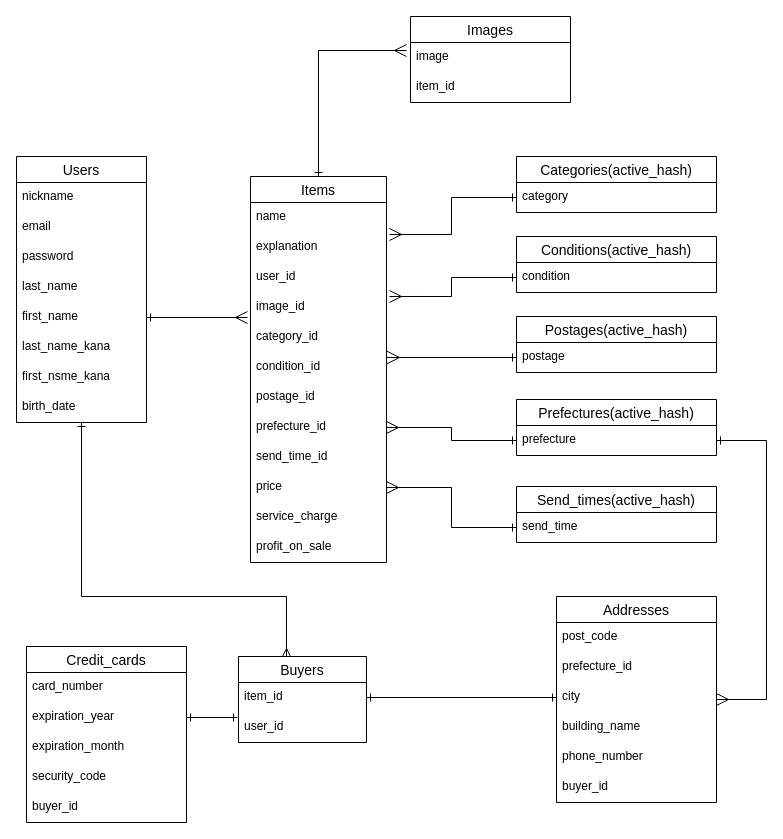
The draw.io diagram furima.dio in fumie-03/furima-28645, before the edit. Source tidied: cells renumbered, new cells numbered last; positions are measured from the earlier drawing's top-left corner, leaving out a move shared by most shapes. Both pictures are drawn from the tidied source at 100%, with x=0, y=0 at pixel (16, 16).
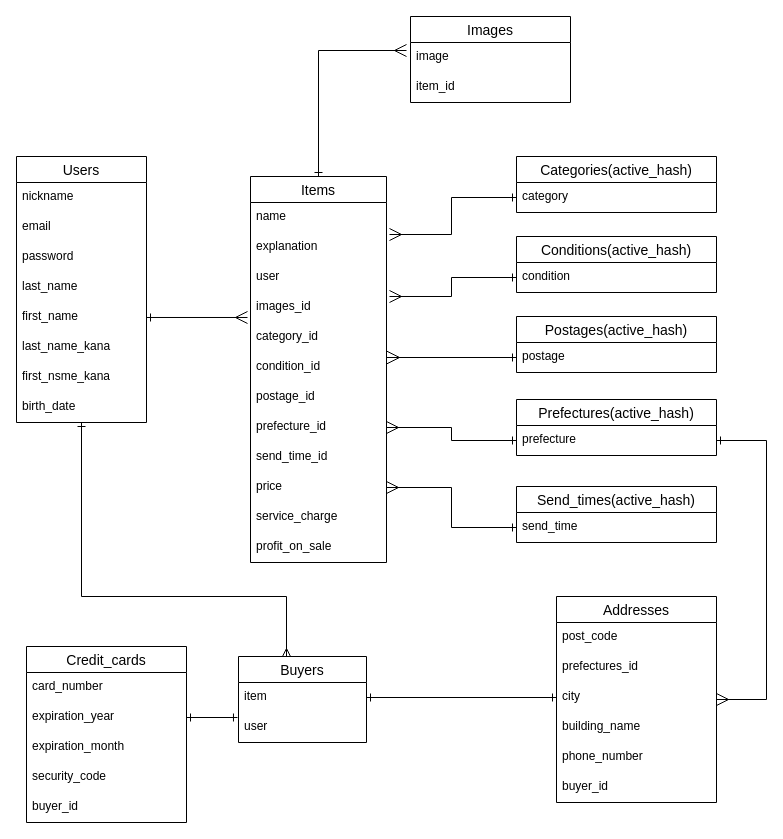
Above is the later version.

The change refers to these unchanged cells:
```xml
<mxCell id="12" value="Items" style="swimlane;fontStyle=0;horizontal=1;startSize=26;align=center;fontSize=14;" parent="1" vertex="1">
  <mxGeometry x="234" y="160" width="136" height="386" as="geometry" />
</mxCell>
<mxCell id="37" value="Buyers" style="swimlane;fontStyle=0;horizontal=1;startSize=26;align=center;fontSize=14;" parent="1" vertex="1">
  <mxGeometry x="222" y="640" width="128" height="86" as="geometry" />
</mxCell>
<mxCell id="52" value="Addresses" style="swimlane;fontStyle=0;horizontal=1;startSize=26;align=center;fontSize=14;" parent="1" vertex="1">
  <mxGeometry x="540" y="580" width="160" height="206" as="geometry" />
</mxCell>
```

The edit, as a diff of the source:
```diff
@@
-    <mxCell id="15" value="user_id" style="text;strokeColor=none;fillColor=none;spacingLeft=4;spacingRight=4;overflow=hidden;fontSize=12;" parent="12" vertex="1">
+    <mxCell id="15" value="user" style="text;strokeColor=none;fillColor=none;spacingLeft=4;spacingRight=4;overflow=hidden;fontSize=12;" parent="12" vertex="1">
       <mxGeometry y="86" width="136" height="30" as="geometry" />
     </mxCell>
-    <mxCell id="16" value="image_id" style="text;strokeColor=none;fillColor=none;spacingLeft=4;spacingRight=4;overflow=hidden;points=[[0,0.5],[1,0.5]];portConstraint=eastwest;fontSize=12;" parent="12" vertex="1">
+    <mxCell id="16" value="images_id" style="text;strokeColor=none;fillColor=none;spacingLeft=4;spacingRight=4;overflow=hidden;points=[[0,0.5],[1,0.5]];portConstraint=eastwest;fontSize=12;" parent="12" vertex="1">
       <mxGeometry y="116" width="136" height="30" as="geometry" />
     </mxCell>
@@
-    <mxCell id="38" value="item_id" style="text;strokeColor=none;fillColor=none;spacingLeft=4;spacingRight=4;overflow=hidden;points=[[0,0.5],[1,0.5]];portConstraint=eastwest;fontSize=12;" parent="37" vertex="1">
+    <mxCell id="38" value="item" style="text;strokeColor=none;fillColor=none;spacingLeft=4;spacingRight=4;overflow=hidden;points=[[0,0.5],[1,0.5]];portConstraint=eastwest;fontSize=12;" parent="37" vertex="1">
       <mxGeometry y="26" width="128" height="30" as="geometry" />
     </mxCell>
-    <mxCell id="39" value="user_id" style="text;strokeColor=none;fillColor=none;spacingLeft=4;spacingRight=4;overflow=hidden;points=[[0,0.5],[1,0.5]];portConstraint=eastwest;fontSize=12;" parent="37" vertex="1">
+    <mxCell id="39" value="user" style="text;strokeColor=none;fillColor=none;spacingLeft=4;spacingRight=4;overflow=hidden;points=[[0,0.5],[1,0.5]];portConstraint=eastwest;fontSize=12;" parent="37" vertex="1">
       <mxGeometry y="56" width="128" height="30" as="geometry" />
     </mxCell>
@@
-    <mxCell id="54" value="prefecture_id" style="text;strokeColor=none;fillColor=none;spacingLeft=4;spacingRight=4;overflow=hidden;fontSize=12;" parent="52" vertex="1">
+    <mxCell id="54" value="prefectures_id" style="text;strokeColor=none;fillColor=none;spacingLeft=4;spacingRight=4;overflow=hidden;fontSize=12;" parent="52" vertex="1">
       <mxGeometry y="56" width="160" height="30" as="geometry" />
     </mxCell>
```
